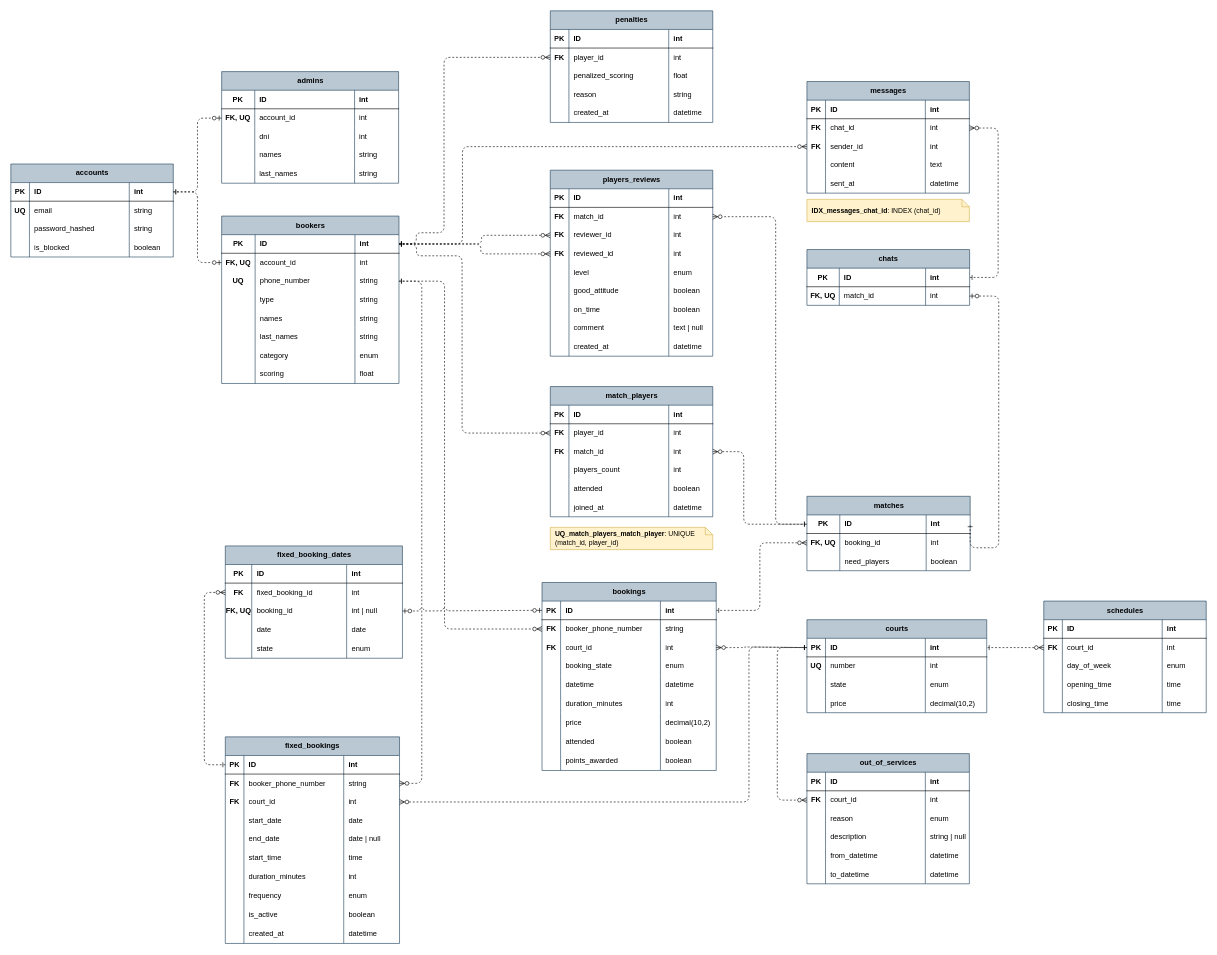
This is docs/der/DER Padel Quento.drawio from JoacoMazza/padel-quento, a draw.io file, before an edit. Source tidied: cells renumbered, new cells numbered last; positions are measured from the earlier drawing's top-left corner, leaving out a move shared by most shapes. Both pictures are drawn from the tidied source at 62%, with x=0, y=0 at pixel (11, 11).
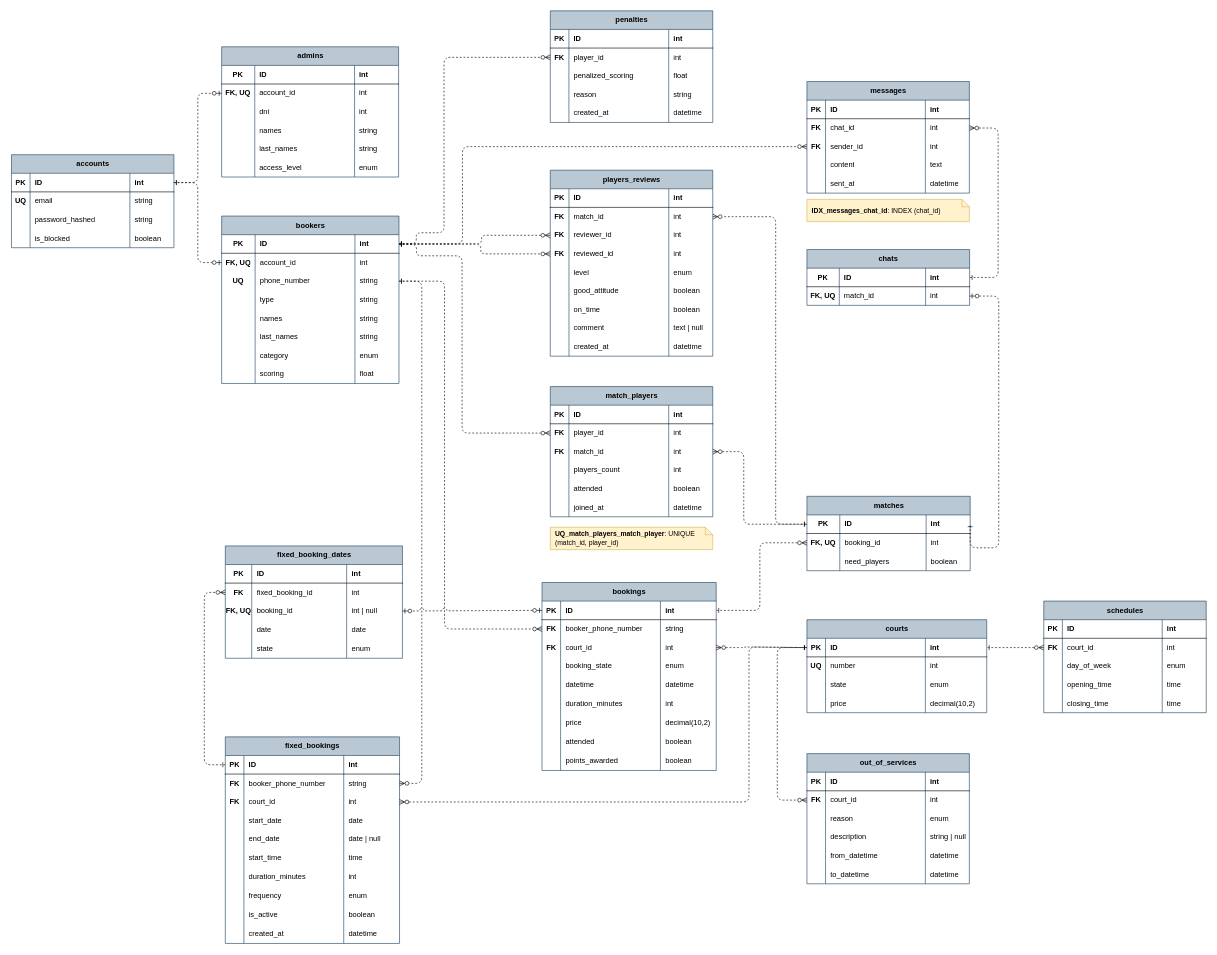
Above is the later version.

Commit message (it also covers changes not shown here):
docs: add access_level in admins to DER Padel Quento

The edit, as a diff of the source:
```diff
@@
     <mxCell id="2" value="accounts" style="shape=table;startSize=30;childLayout=tableLayout;rowLines=0;fontStyle=1;align=center;html=1;fillColor=#bac8d3;strokeColor=#23445d;" parent="1" vertex="1">
-      <mxGeometry y="247" width="262" height="150" as="geometry" />
+      <mxGeometry x="1" y="232" width="262" height="150" as="geometry" />
     </mxCell>
@@
     <mxCell id="195" value="admins" style="shape=table;startSize=30;childLayout=tableLayout;rowLines=0;fontStyle=1;align=center;html=1;fillColor=#bac8d3;strokeColor=#23445d;" parent="1" vertex="1">
-      <mxGeometry x="340" y="98" width="285.4" height="180" as="geometry" />
+      <mxGeometry x="340" y="58" width="285.4" height="210" as="geometry" />
     </mxCell>
@@
+    <mxCell id="383" style="shape=tableRow;horizontal=0;startSize=0;swimlaneHead=0;swimlaneBody=0;fillColor=none;top=0;left=0;right=0;bottom=0;" parent="195" vertex="1">
+      <mxGeometry y="180" width="285.4" height="30" as="geometry" />
+    </mxCell>
+    <mxCell id="384" style="shape=partialRectangle;fillColor=none;top=0;left=0;bottom=0;right=0;overflow=hidden;whiteSpace=wrap;html=1;" parent="383" vertex="1">
+      <mxGeometry width="53.4" height="30" as="geometry" />
+    </mxCell>
+    <mxCell id="385" value="access_level" style="shape=partialRectangle;fillColor=none;top=0;left=0;bottom=0;right=0;align=left;spacingLeft=6;overflow=hidden;whiteSpace=wrap;html=1;" parent="383" vertex="1">
+      <mxGeometry x="53.4" width="161" height="30" as="geometry" />
+    </mxCell>
+    <mxCell id="386" value="enum" style="shape=partialRectangle;fillColor=none;top=0;left=0;bottom=0;right=0;align=left;spacingLeft=6;overflow=hidden;whiteSpace=wrap;html=1;" parent="383" vertex="1">
+      <mxGeometry x="214.4" width="71" height="30" as="geometry" />
+    </mxCell>
```
